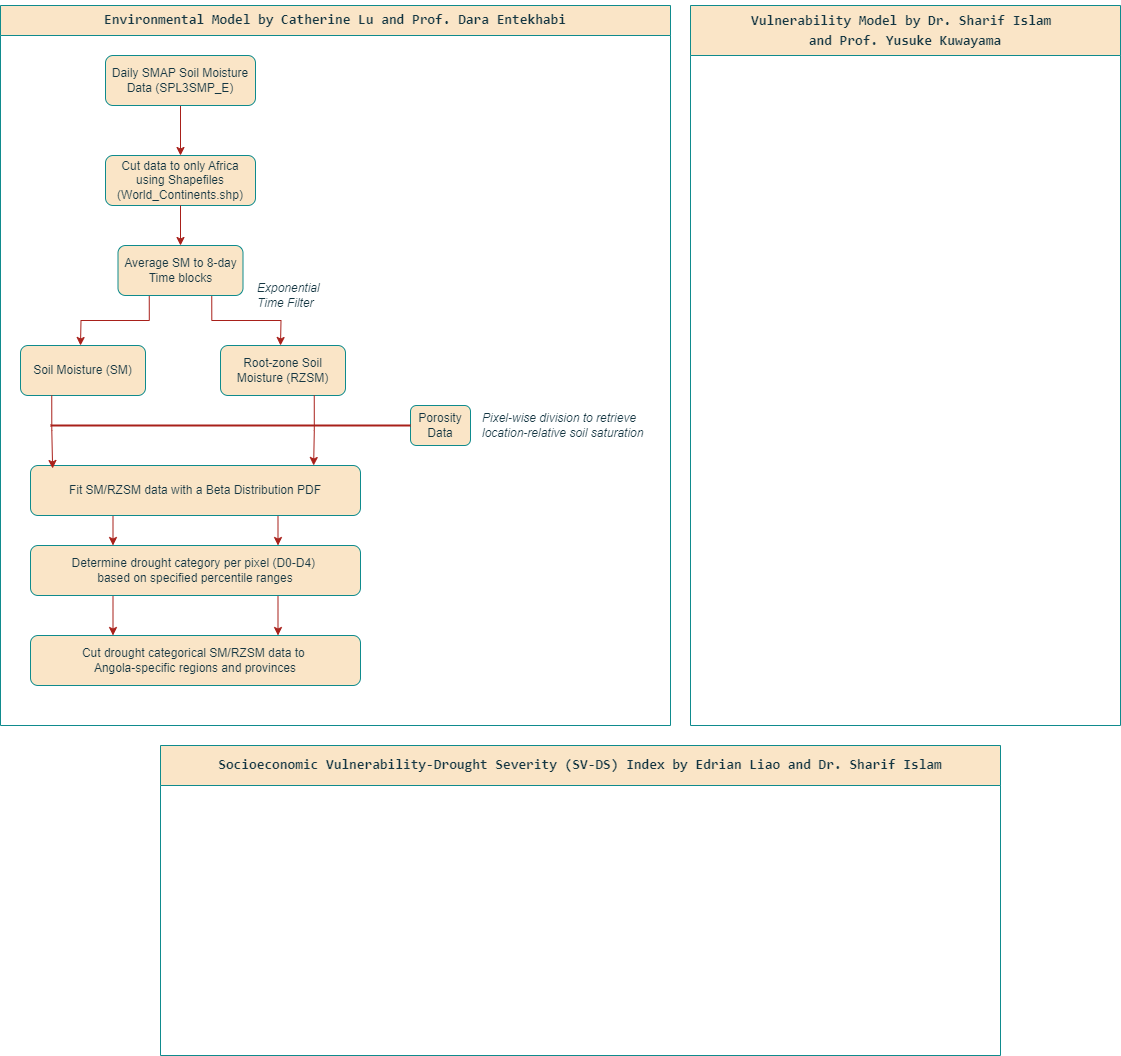
Above: figures/SMAP_data_processing.png in edrian-liao/angola-drought (draw.io), before the change. Source tidied: cells renumbered, new cells last; positions are measured from the earlier drawing's top-left corner, leaving out a move shared by most shapes.
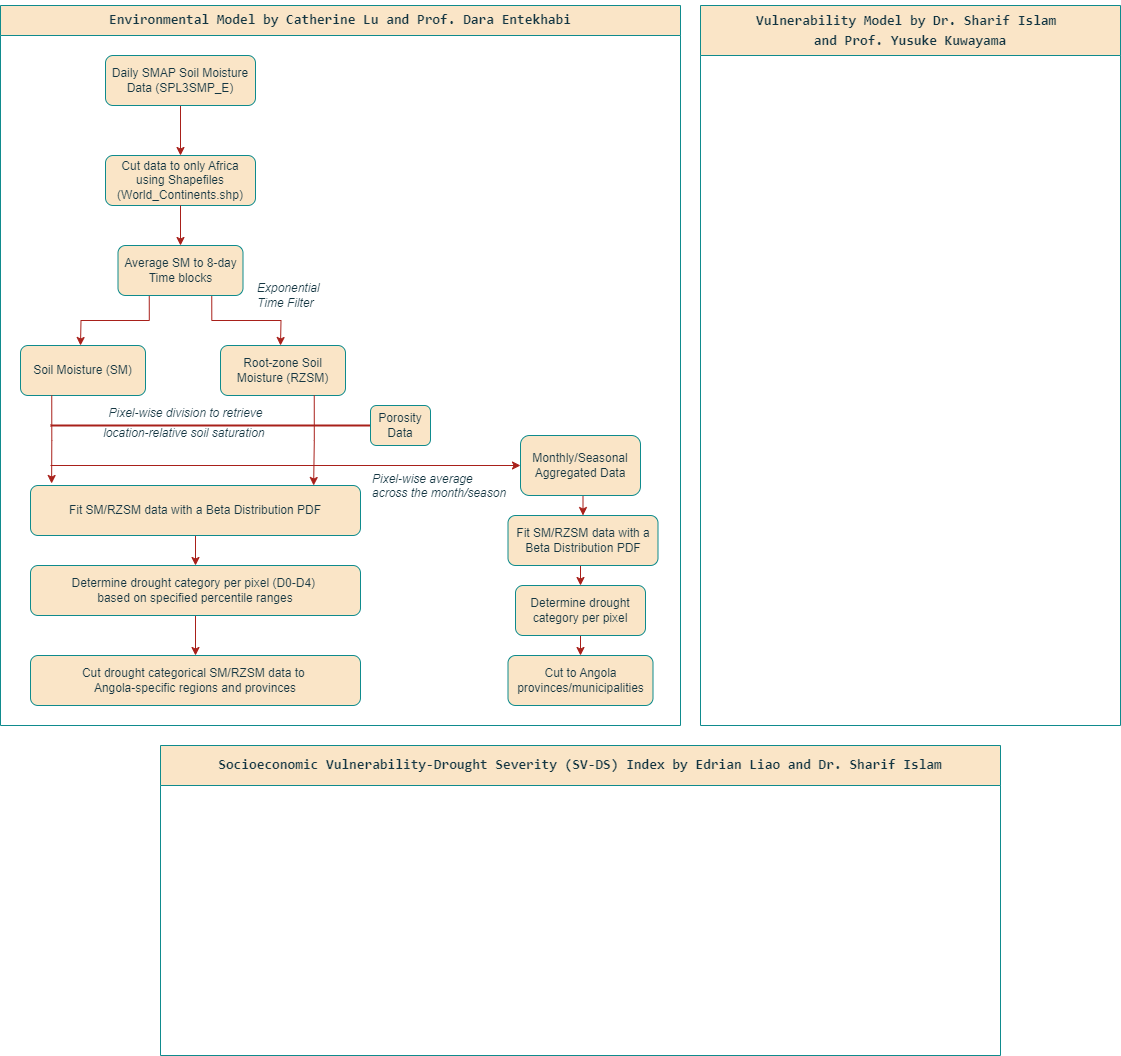
Later version of the same file.

Change to the diagram source:
```diff
@@ -36,57 +36,81 @@
     <mxCell id="11" value="Soil Moisture (SM)" style="rounded=1;whiteSpace=wrap;html=1;fontSize=12;glass=0;strokeWidth=1;shadow=0;labelBackgroundColor=none;fillColor=#FAE5C7;strokeColor=#0F8B8D;fontColor=#143642;" parent="1" vertex="1">
       <mxGeometry x="20" y="340" width="125" height="50" as="geometry" />
     </mxCell>
-    <mxCell id="12" style="edgeStyle=orthogonalEdgeStyle;rounded=0;jettySize=auto;html=1;exitX=0.25;exitY=1;exitDx=0;exitDy=0;entryX=0.25;entryY=0;entryDx=0;entryDy=0;labelBackgroundColor=none;strokeColor=#A8201A;fontColor=default;" parent="1" edge="1" source="14" target="25">
-      <mxGeometry relative="1" as="geometry" />
-    </mxCell>
-    <mxCell id="13" style="edgeStyle=orthogonalEdgeStyle;rounded=0;jettySize=auto;html=1;exitX=0.75;exitY=1;exitDx=0;exitDy=0;entryX=0.75;entryY=0;entryDx=0;entryDy=0;labelBackgroundColor=none;strokeColor=#A8201A;fontColor=default;" parent="1" edge="1" source="14" target="25">
-      <mxGeometry relative="1" as="geometry" />
-    </mxCell>
-    <mxCell id="14" value="Determine drought category per pixel (D0-D4)&amp;nbsp;&lt;div&gt;based on&amp;nbsp;&lt;span style=&quot;background-color: initial;&quot;&gt;specified percentile ranges&lt;/span&gt;&lt;/div&gt;" style="rounded=1;whiteSpace=wrap;html=1;labelBackgroundColor=none;fillColor=#FAE5C7;strokeColor=#0F8B8D;fontColor=#143642;" parent="1" vertex="1">
-      <mxGeometry x="30" y="540" width="330" height="50" as="geometry" />
-    </mxCell>
     <mxCell id="15" style="edgeStyle=orthogonalEdgeStyle;rounded=0;jettySize=auto;html=1;exitX=0;exitY=0.5;exitDx=0;exitDy=0;strokeColor=none;strokeWidth=2;labelBackgroundColor=none;fontColor=default;" parent="1" edge="1" source="16">
       <mxGeometry relative="1" as="geometry">
         <mxPoint x="80" y="420" as="targetPoint" />
       </mxGeometry>
     </mxCell>
-    <mxCell id="16" value="Porosity Data" style="rounded=1;whiteSpace=wrap;html=1;labelBackgroundColor=none;fillColor=#FAE5C7;strokeColor=#0F8B8D;fontColor=#143642;" parent="1" vertex="1">
-      <mxGeometry x="410" y="400" width="60" height="40" as="geometry" />
-    </mxCell>
-    <mxCell id="17" value="&lt;i&gt;Pixel-wise division to retrieve&lt;/i&gt;&lt;div&gt;&lt;i&gt;location-relative soil saturation&amp;nbsp;&lt;/i&gt;&lt;/div&gt;" style="text;html=1;align=left;verticalAlign=middle;strokeColor=none;fillColor=none;labelBackgroundColor=none;fontColor=#143642;" parent="1" vertex="1">
-      <mxGeometry x="480" y="400" width="190" height="40" as="geometry" />
-    </mxCell>
-    <mxCell id="18" style="edgeStyle=orthogonalEdgeStyle;rounded=0;jettySize=auto;html=1;exitX=0.25;exitY=1;exitDx=0;exitDy=0;entryX=0.25;entryY=0;entryDx=0;entryDy=0;labelBackgroundColor=none;strokeColor=#A8201A;fontColor=default;" parent="1" edge="1" source="20" target="14">
-      <mxGeometry relative="1" as="geometry" />
-    </mxCell>
-    <mxCell id="19" style="edgeStyle=orthogonalEdgeStyle;rounded=0;jettySize=auto;html=1;exitX=0.75;exitY=1;exitDx=0;exitDy=0;entryX=0.75;entryY=0;entryDx=0;entryDy=0;labelBackgroundColor=none;strokeColor=#A8201A;fontColor=default;" parent="1" edge="1" source="20" target="14">
-      <mxGeometry relative="1" as="geometry" />
-    </mxCell>
-    <mxCell id="20" value="Fit SM/RZSM data with a Beta Distribution PDF" style="rounded=1;whiteSpace=wrap;html=1;labelBackgroundColor=none;fillColor=#FAE5C7;strokeColor=#0F8B8D;fontColor=#143642;" parent="1" vertex="1">
-      <mxGeometry x="30" y="460" width="330" height="50" as="geometry" />
-    </mxCell>
     <mxCell id="21" style="endArrow=none;html=1;rounded=0;entryX=0;entryY=0.5;entryDx=0;entryDy=0;strokeWidth=2;labelBackgroundColor=none;strokeColor=#A8201A;fontColor=default;" parent="1" edge="1" target="16">
       <mxGeometry relative="1" as="geometry">
         <mxPoint x="50" y="420" as="sourcePoint" />
       </mxGeometry>
     </mxCell>
-    <mxCell id="22" style="edgeStyle=orthogonalEdgeStyle;rounded=0;jettySize=auto;html=1;exitX=0.25;exitY=1;exitDx=0;exitDy=0;entryX=0.067;entryY=0.06;entryDx=0;entryDy=0;entryPerimeter=0;labelBackgroundColor=none;strokeColor=#A8201A;fontColor=default;" parent="1" edge="1" source="11" target="20">
-      <mxGeometry relative="1" as="geometry" />
-    </mxCell>
     <mxCell id="23" style="edgeStyle=orthogonalEdgeStyle;rounded=0;jettySize=auto;html=1;exitX=0.75;exitY=1;exitDx=0;exitDy=0;entryX=0.858;entryY=0;entryDx=0;entryDy=0;entryPerimeter=0;labelBackgroundColor=none;strokeColor=#A8201A;fontColor=default;" parent="1" edge="1" source="10" target="20">
       <mxGeometry relative="1" as="geometry" />
     </mxCell>
     <mxCell id="24" value="&lt;pre&gt;&lt;font style=&quot;font-size: 14px;&quot;&gt;Environmental Model by Catherine Lu and Prof. Dara Entekhabi&lt;/font&gt;&lt;/pre&gt;" style="swimlane;whiteSpace=wrap;html=1;startSize=30;labelBackgroundColor=none;fillColor=#FAE5C7;strokeColor=#0F8B8D;fontColor=#143642;" parent="1" vertex="1">
-      <mxGeometry width="670" height="720" as="geometry" />
+      <mxGeometry width="680" height="720" as="geometry" />
     </mxCell>
+    <mxCell id="17" value="&lt;i&gt;Pixel-wise division to retrieve&lt;/i&gt;&lt;div style=&quot;line-height: 200%;&quot;&gt;&lt;i&gt;location-relative soil saturation&amp;nbsp;&lt;/i&gt;&lt;/div&gt;" style="text;html=1;align=center;verticalAlign=middle;strokeColor=none;fillColor=none;labelBackgroundColor=none;fontColor=#143642;" parent="24" vertex="1">
+      <mxGeometry x="90" y="395" width="190" height="50" as="geometry" />
+    </mxCell>
+    <mxCell id="16" value="Porosity Data" style="rounded=1;whiteSpace=wrap;html=1;labelBackgroundColor=none;fillColor=#FAE5C7;strokeColor=#0F8B8D;fontColor=#143642;" parent="24" vertex="1">
+      <mxGeometry x="370" y="400" width="60" height="40" as="geometry" />
+    </mxCell>
+    <mxCell id="28" style="edgeStyle=orthogonalEdgeStyle;rounded=0;jettySize=auto;html=1;exitX=0.5;exitY=1;exitDx=0;exitDy=0;entryX=0.5;entryY=0;entryDx=0;entryDy=0;strokeColor=#A8201A;fontColor=#143642;fillColor=#FAE5C7;" parent="24" edge="1" source="29" target="36">
+      <mxGeometry relative="1" as="geometry" />
+    </mxCell>
+    <mxCell id="29" value="Monthly/Seasonal Aggregated Data" style="rounded=1;whiteSpace=wrap;html=1;strokeColor=#0F8B8D;fontColor=#143642;fillColor=#FAE5C7;" parent="24" vertex="1">
+      <mxGeometry x="520" y="430" width="120" height="60" as="geometry" />
+    </mxCell>
+    <mxCell id="30" value="&lt;i&gt;Pixel-wise average&amp;nbsp;&lt;/i&gt;&lt;div style=&quot;line-height: 100%;&quot;&gt;&lt;i&gt;across the month/season&lt;/i&gt;&lt;/div&gt;" style="text;html=1;align=left;verticalAlign=middle;strokeColor=none;fillColor=none;labelBackgroundColor=none;fontColor=#143642;" parent="24" vertex="1">
+      <mxGeometry x="370" y="460" width="160" height="40" as="geometry" />
+    </mxCell>
     <mxCell id="25" value="Cut drought categorical SM/RZSM data to&amp;nbsp;&lt;div&gt;Angola-specific regions and provinces&lt;/div&gt;" style="rounded=1;whiteSpace=wrap;html=1;fontSize=12;glass=0;strokeWidth=1;shadow=0;labelBackgroundColor=none;fillColor=#FAE5C7;strokeColor=#0F8B8D;fontColor=#143642;" parent="24" vertex="1">
-      <mxGeometry x="30" y="630" width="330" height="50" as="geometry" />
+      <mxGeometry x="30" y="650" width="330" height="50" as="geometry" />
     </mxCell>
+    <mxCell id="31" style="edgeStyle=orthogonalEdgeStyle;rounded=0;jettySize=auto;html=1;exitX=0.5;exitY=1;exitDx=0;exitDy=0;entryX=0.5;entryY=0;entryDx=0;entryDy=0;strokeColor=#A8201A;fontColor=#143642;fillColor=#FAE5C7;" parent="24" edge="1" source="14" target="25">
+      <mxGeometry relative="1" as="geometry" />
+    </mxCell>
+    <mxCell id="14" value="Determine drought category per pixel (D0-D4)&amp;nbsp;&lt;div&gt;based on&amp;nbsp;&lt;span style=&quot;background-color: initial;&quot;&gt;specified percentile ranges&lt;/span&gt;&lt;/div&gt;" style="rounded=1;whiteSpace=wrap;html=1;labelBackgroundColor=none;fillColor=#FAE5C7;strokeColor=#0F8B8D;fontColor=#143642;" parent="24" vertex="1">
+      <mxGeometry x="30" y="560" width="330" height="50" as="geometry" />
+    </mxCell>
+    <mxCell id="32" style="edgeStyle=orthogonalEdgeStyle;rounded=0;jettySize=auto;html=1;exitX=0.5;exitY=1;exitDx=0;exitDy=0;entryX=0.5;entryY=0;entryDx=0;entryDy=0;strokeColor=#A8201A;fontColor=#143642;fillColor=#FAE5C7;" parent="24" edge="1" source="20" target="14">
+      <mxGeometry relative="1" as="geometry" />
+    </mxCell>
+    <mxCell id="20" value="Fit SM/RZSM data with a Beta Distribution PDF" style="rounded=1;whiteSpace=wrap;html=1;labelBackgroundColor=none;fillColor=#FAE5C7;strokeColor=#0F8B8D;fontColor=#143642;" parent="24" vertex="1">
+      <mxGeometry x="30" y="480" width="330" height="50" as="geometry" />
+    </mxCell>
+    <mxCell id="33" style="edgeStyle=orthogonalEdgeStyle;rounded=0;jettySize=auto;html=1;exitX=0.5;exitY=1;exitDx=0;exitDy=0;entryX=0.5;entryY=0;entryDx=0;entryDy=0;strokeColor=#A8201A;fontColor=#143642;fillColor=#FAE5C7;" parent="24" edge="1" source="34" target="37">
+      <mxGeometry relative="1" as="geometry" />
+    </mxCell>
+    <mxCell id="34" value="Determine drought category per pixel" style="rounded=1;whiteSpace=wrap;html=1;labelBackgroundColor=none;fillColor=#FAE5C7;strokeColor=#0F8B8D;fontColor=#143642;" parent="24" vertex="1">
+      <mxGeometry x="515" y="580" width="130" height="50" as="geometry" />
+    </mxCell>
+    <mxCell id="35" style="edgeStyle=orthogonalEdgeStyle;rounded=0;jettySize=auto;html=1;exitX=0.5;exitY=1;exitDx=0;exitDy=0;entryX=0.5;entryY=0;entryDx=0;entryDy=0;strokeColor=#A8201A;fontColor=#143642;fillColor=#FAE5C7;" parent="24" edge="1" source="36" target="34">
+      <mxGeometry relative="1" as="geometry" />
+    </mxCell>
+    <mxCell id="36" value="Fit SM/RZSM data with a Beta Distribution PDF" style="rounded=1;whiteSpace=wrap;html=1;labelBackgroundColor=none;fillColor=#FAE5C7;strokeColor=#0F8B8D;fontColor=#143642;" parent="24" vertex="1">
+      <mxGeometry x="507.5" y="510" width="150" height="50" as="geometry" />
+    </mxCell>
+    <mxCell id="37" value="Cut to Angola provinces/municipalities" style="rounded=1;whiteSpace=wrap;html=1;labelBackgroundColor=none;fillColor=#FAE5C7;strokeColor=#0F8B8D;fontColor=#143642;" parent="24" vertex="1">
+      <mxGeometry x="507.5" y="650" width="145" height="50" as="geometry" />
+    </mxCell>
     <mxCell id="26" value="&lt;p style=&quot;line-height: 100%;&quot;&gt;&lt;/p&gt;&lt;pre style=&quot;line-height: 40%; font-size: 14px;&quot;&gt;&lt;font style=&quot;font-size: 14px;&quot;&gt;Vulnerability Model by Dr. Sharif Islam &lt;/font&gt;&lt;/pre&gt;&lt;pre style=&quot;line-height: 40%; font-size: 14px;&quot;&gt;&lt;font style=&quot;font-size: 14px;&quot;&gt;and Prof. Yusuke Kuwayama&lt;/font&gt;&lt;/pre&gt;&lt;p&gt;&lt;/p&gt;" style="swimlane;whiteSpace=wrap;html=1;strokeColor=#0F8B8D;fontColor=#143642;fillColor=#FAE5C7;startSize=50;labelBackgroundColor=none;" parent="1" vertex="1">
-      <mxGeometry x="690" width="430" height="720" as="geometry" />
+      <mxGeometry x="700" width="420" height="720" as="geometry" />
     </mxCell>
     <mxCell id="27" value="&lt;pre&gt;&lt;font style=&quot;font-size: 14px;&quot;&gt;Socioeconomic Vulnerability-Drought Severity (SV-DS) Index by Edrian Liao and Dr. Sharif Islam&lt;/font&gt;&lt;/pre&gt;" style="swimlane;whiteSpace=wrap;html=1;strokeColor=#0F8B8D;fontColor=#143642;fillColor=#FAE5C7;labelBackgroundColor=none;startSize=40;" parent="1" vertex="1">
       <mxGeometry x="160" y="740" width="840" height="310" as="geometry" />
     </mxCell>
+    <mxCell id="22" style="edgeStyle=orthogonalEdgeStyle;rounded=0;jettySize=auto;html=1;exitX=0.25;exitY=1;exitDx=0;exitDy=0;entryX=0.064;entryY=-0.04;entryDx=0;entryDy=0;entryPerimeter=0;strokeColor=#A8201A;fontColor=#143642;fillColor=#FAE5C7;" parent="1" edge="1" source="11" target="20">
+      <mxGeometry relative="1" as="geometry" />
+    </mxCell>
+    <mxCell id="38" style="endArrow=classic;html=1;rounded=0;strokeColor=#A8201A;fontColor=#143642;fillColor=#FAE5C7;" parent="1" edge="1">
+      <mxGeometry relative="1" as="geometry">
+        <mxPoint x="50" y="460" as="sourcePoint" />
+        <mxPoint x="520" y="460" as="targetPoint" />
+      </mxGeometry>
+    </mxCell>
   </root>
 </mxGraphModel>
```
